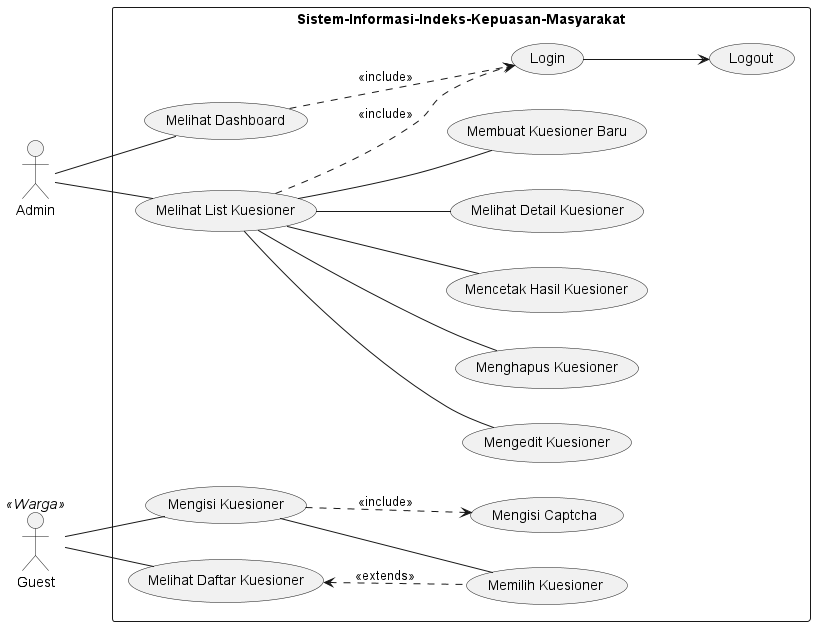
Before: out/documentation/useCaseDiagram/useCase/useCase.png, a diagram exported from PlantUML (Churma16/indeks-kepuasan-masyarakat).
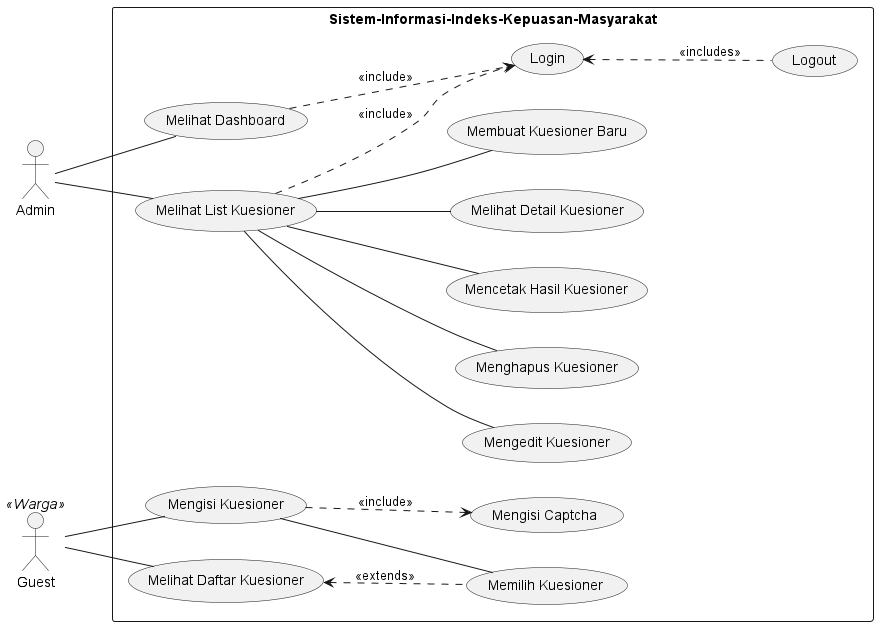
After the change.

Diff of the diagram source:
```diff
@@ -16,7 +16,7 @@
     (Melihat List Kuesioner)--(Mengedit Kuesioner)
     (Melihat List Kuesioner)--(Menghapus Kuesioner)
     (Melihat List Kuesioner)--(Mencetak Hasil Kuesioner)
-    (Login)-down->(Logout)
+    (Login)<..(Logout): <<includes>>
 
     Guest << Warga >>
     Guest -- (Melihat Daftar Kuesioner)
```
